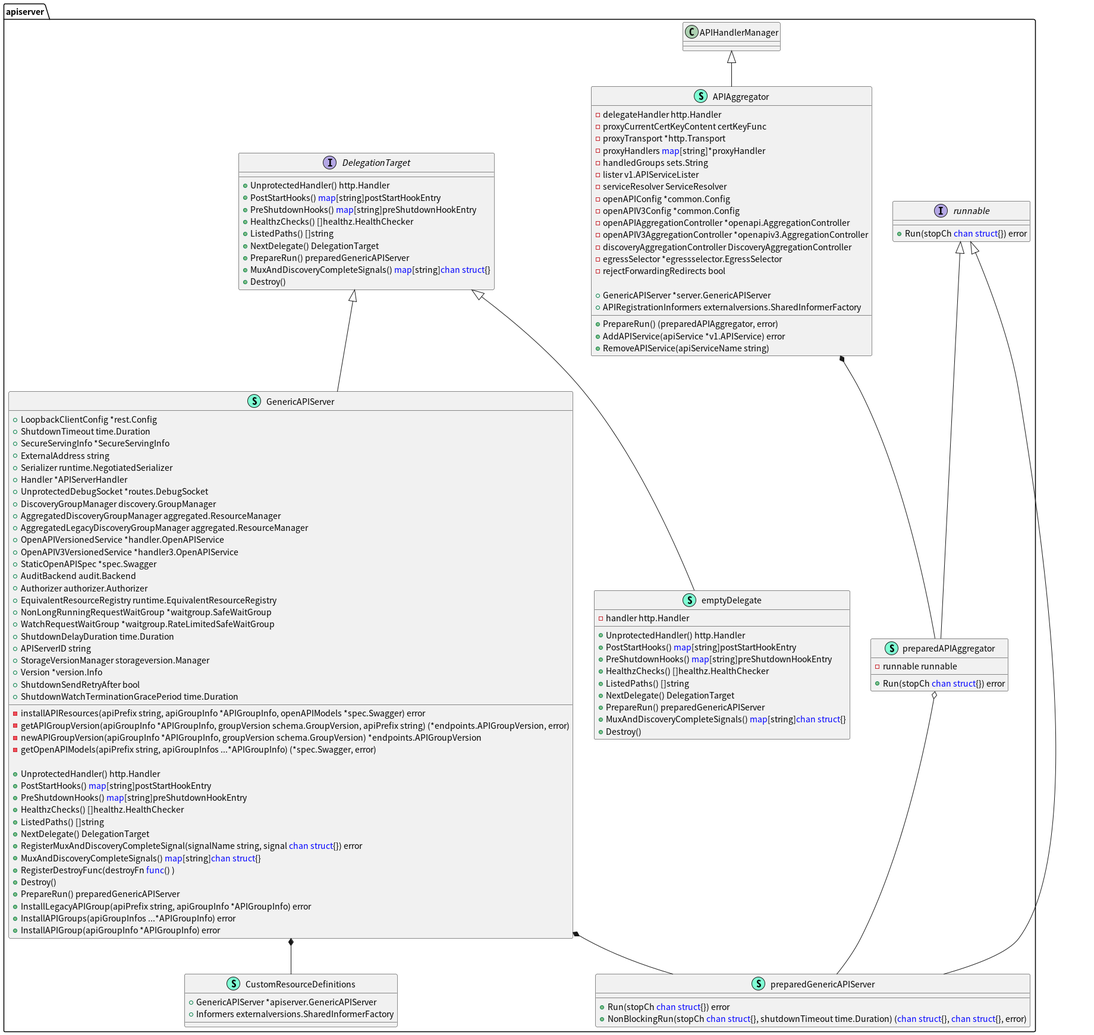
hotttao/tools keeps this PlantUML diagram as out/uml/k8s/gen_puml/manual/kube_apiserver/kube_apiserver.png. Above is the earlier version.
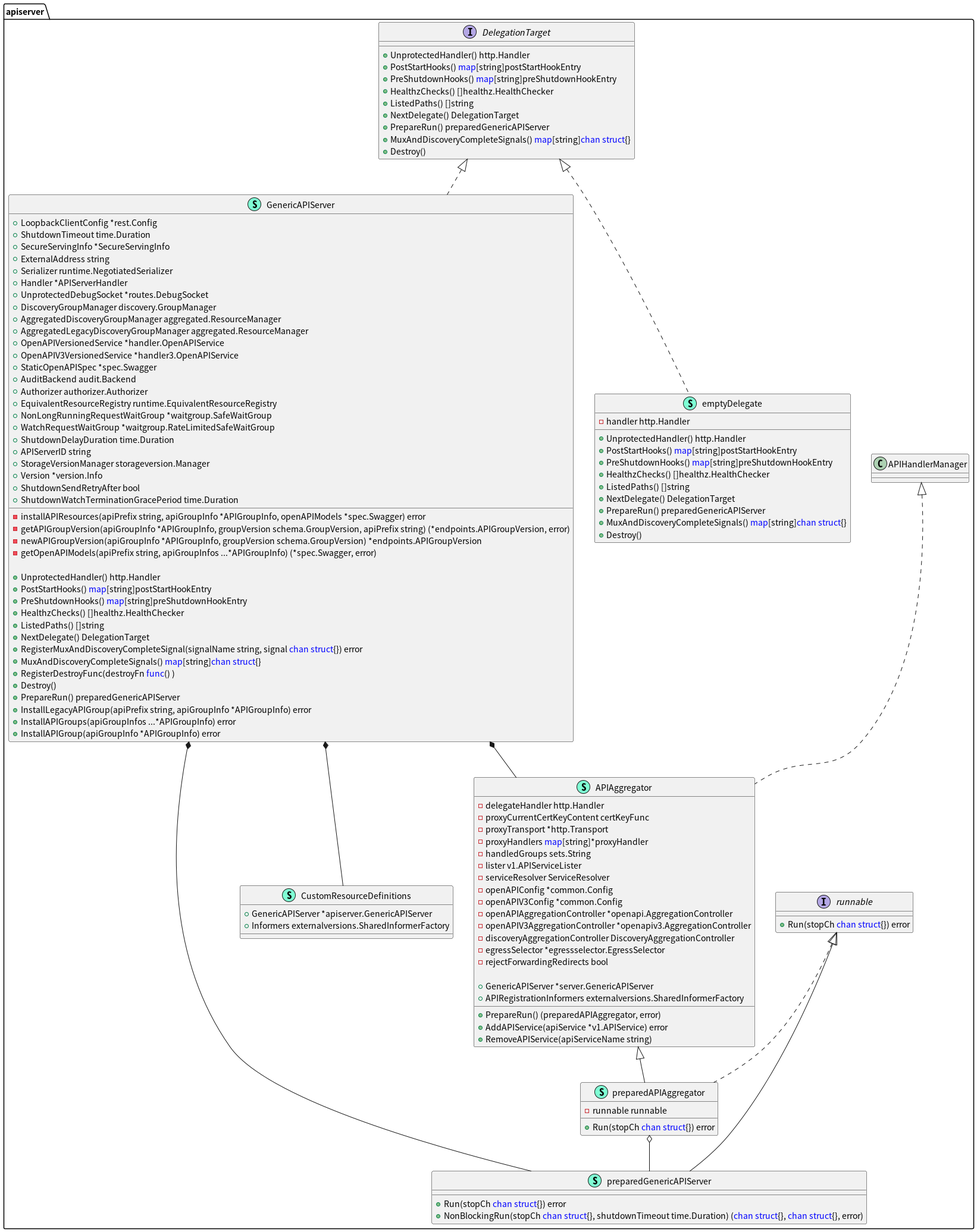
Later version of the same file.

Change to the diagram source:
```diff
@@ -127,19 +127,22 @@
     }
 
 }
-"apiserver.APIAggregator" *-- "apiserver.preparedAPIAggregator"
 
-"apiserver.APIHandlerManager" <|-- "apiserver.APIAggregator"
+"apiserver.APIAggregator" <|-- "apiserver.preparedAPIAggregator"
 
-"apiserver.runnable" <|-- "apiserver.preparedAPIAggregator"
+"apiserver.APIHandlerManager" <|.. "apiserver.APIAggregator"
+
+"apiserver.runnable" <|.. "apiserver.preparedAPIAggregator"
 
 "apiserver.GenericAPIServer" *-- "apiserver.preparedGenericAPIServer"
+"apiserver.GenericAPIServer" *-- "apiserver.APIAggregator"
+"apiserver.GenericAPIServer" *-- "apiserver.CustomResourceDefinitions"
 
-"apiserver.DelegationTarget" <|-- "apiserver.GenericAPIServer"
-"apiserver.DelegationTarget" <|-- "apiserver.emptyDelegate"
+"apiserver.DelegationTarget" <|.. "apiserver.GenericAPIServer"
+"apiserver.DelegationTarget" <|.. "apiserver.emptyDelegate"
 "apiserver.runnable" <|-- "apiserver.preparedGenericAPIServer"
 
 "apiserver.preparedAPIAggregator" o-- "apiserver.preparedGenericAPIServer"
 
-"apiserver.GenericAPIServer" *-- "apiserver.CustomResourceDefinitions"
+
 @enduml
```
